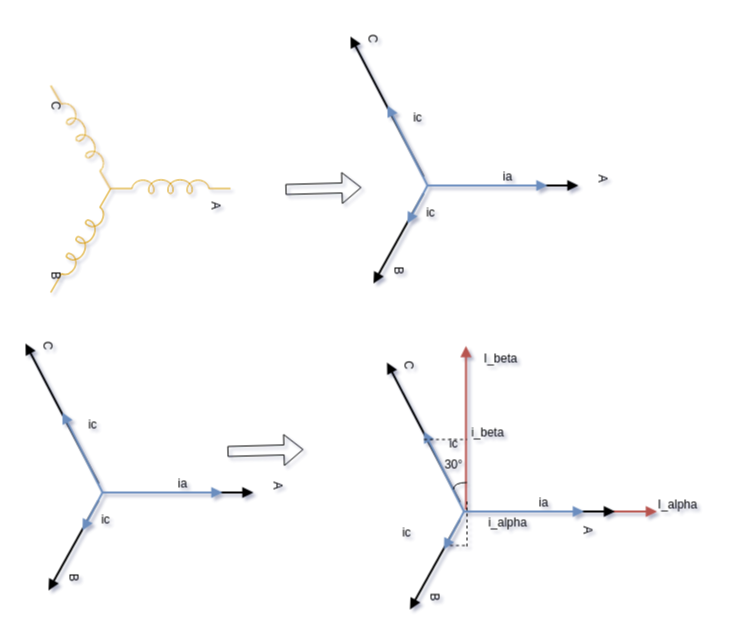
Before: page "clark 变化" (2 of 4) of FoC 控制算法.drawio in Vinson-001/Blog-flow-chart, a draw.io diagram. Source tidied: cells renumbered, new cells numbered last; positions are measured from the earlier drawing's top-left corner, leaving out a move shared by most shapes. Both pictures are drawn from the tidied source at 100%, with x=0, y=0 at pixel (22, 23).
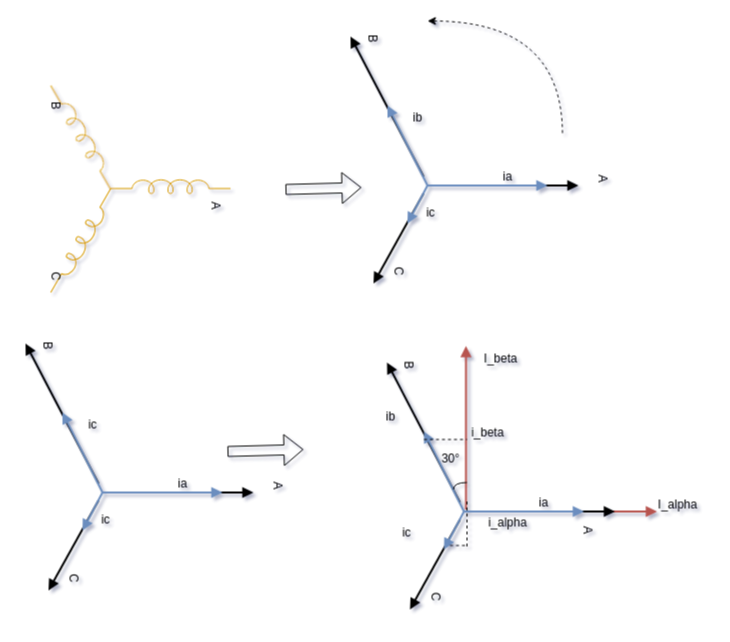
After the change.

Commit message:
更新FoC 控制算法.drawio

The edit, as a diff of the source:
```diff
@@
     <mxCell id="6" style="group;rotation=90;" parent="1" vertex="1">
-      <mxGeometry x="5" y="70" width="215.9" height="190" as="geometry" />
+      <mxGeometry x="5" y="70" width="215.9" height="195" as="geometry" />
     </mxCell>
     <mxCell id="7" style="group;rotation=90;" parent="6" vertex="1">
-      <mxGeometry width="215.9" height="190" as="geometry" />
+      <mxGeometry width="215.9" height="195" as="geometry" />
     </mxCell>
@@
-    <mxCell id="12" value="B" style="text;html=1;align=center;verticalAlign=middle;strokeColor=none;fillColor=none;rotation=90;" parent="7" vertex="1">
-      <mxGeometry x="13" y="167" width="30" height="30" as="geometry" />
+    <mxCell id="12" value="C" style="text;html=1;align=center;verticalAlign=middle;strokeColor=none;fillColor=none;rotation=90;" parent="7" vertex="1">
+      <mxGeometry x="15" y="169" width="27" height="26" as="geometry" />
     </mxCell>
-    <mxCell id="13" value="C" style="text;html=1;align=center;verticalAlign=middle;strokeColor=none;fillColor=none;rotation=90;" parent="7" vertex="1">
-      <mxGeometry x="13" y="-3" width="30" height="30" as="geometry" />
+    <mxCell id="13" value="B" style="text;html=1;align=center;verticalAlign=middle;strokeColor=none;fillColor=none;rotation=90;" parent="7" vertex="1">
+      <mxGeometry x="15" y="-1" width="26" height="26" as="geometry" />
     </mxCell>
@@
-    <mxCell id="18" value="B" style="text;html=1;align=center;verticalAlign=middle;strokeColor=none;fillColor=none;rotation=90;" parent="1" vertex="1">
-      <mxGeometry x="361" y="232" width="30" height="30" as="geometry" />
+    <mxCell id="18" value="C" style="text;html=1;align=center;verticalAlign=middle;strokeColor=none;fillColor=none;rotation=90;" parent="1" vertex="1">
+      <mxGeometry x="363" y="234" width="27" height="26" as="geometry" />
     </mxCell>
-    <mxCell id="19" value="C" style="text;html=1;align=center;verticalAlign=middle;strokeColor=none;fillColor=none;rotation=90;" parent="1" vertex="1">
-      <mxGeometry x="335" width="30" height="30" as="geometry" />
+    <mxCell id="19" value="B" style="text;html=1;align=center;verticalAlign=middle;strokeColor=none;fillColor=none;rotation=90;" parent="1" vertex="1">
+      <mxGeometry x="337" y="2" width="26" height="26" as="geometry" />
     </mxCell>
-    <mxCell id="20" value="ic" style="text;html=1;align=center;verticalAlign=middle;strokeColor=none;fillColor=none;" parent="1" vertex="1">
+    <mxCell id="20" value="ib" style="text;html=1;align=center;verticalAlign=middle;strokeColor=none;fillColor=none;" parent="1" vertex="1">
       <mxGeometry x="381" y="81" width="27" height="26" as="geometry" />
     </mxCell>
@@
-    <mxCell id="31" value="B" style="text;html=1;align=center;verticalAlign=middle;strokeColor=none;fillColor=none;rotation=90;" parent="1" vertex="1">
-      <mxGeometry x="397.5" y="558" width="30" height="30" as="geometry" />
+    <mxCell id="31" value="C" style="text;html=1;align=center;verticalAlign=middle;strokeColor=none;fillColor=none;rotation=90;" parent="1" vertex="1">
+      <mxGeometry x="399.5" y="560" width="27" height="26" as="geometry" />
     </mxCell>
-    <mxCell id="32" value="C" style="text;html=1;align=center;verticalAlign=middle;strokeColor=none;fillColor=none;rotation=90;" parent="1" vertex="1">
-      <mxGeometry x="371.5" y="326" width="30" height="30" as="geometry" />
+    <mxCell id="32" value="B" style="text;html=1;align=center;verticalAlign=middle;strokeColor=none;fillColor=none;rotation=90;" parent="1" vertex="1">
+      <mxGeometry x="373.5" y="328" width="26" height="26" as="geometry" />
     </mxCell>
-    <mxCell id="33" value="ic" style="text;html=1;align=center;verticalAlign=middle;strokeColor=none;fillColor=none;" parent="1" vertex="1">
-      <mxGeometry x="417.5" y="407" width="27" height="26" as="geometry" />
+    <mxCell id="33" value="ib" style="text;html=1;align=center;verticalAlign=middle;strokeColor=none;fillColor=none;" parent="1" vertex="1">
+      <mxGeometry x="354" y="380" width="27" height="26" as="geometry" />
     </mxCell>
@@
     <mxCell id="43" value="30°" style="text;html=1;align=center;verticalAlign=middle;strokeColor=none;fillColor=none;" parent="1" vertex="1">
-      <mxGeometry x="411" y="426" width="40" height="30" as="geometry" />
+      <mxGeometry x="407.5" y="420" width="40" height="30" as="geometry" />
     </mxCell>
@@
-    <mxCell id="53" value="B" style="text;html=1;align=center;verticalAlign=middle;strokeColor=none;fillColor=none;rotation=90;" parent="1" vertex="1">
-      <mxGeometry x="36" y="539" width="30" height="30" as="geometry" />
+    <mxCell id="53" value="C" style="text;html=1;align=center;verticalAlign=middle;strokeColor=none;fillColor=none;rotation=90;" parent="1" vertex="1">
+      <mxGeometry x="38" y="541" width="27" height="26" as="geometry" />
     </mxCell>
-    <mxCell id="54" value="C" style="text;html=1;align=center;verticalAlign=middle;strokeColor=none;fillColor=none;rotation=90;" parent="1" vertex="1">
-      <mxGeometry x="10" y="307" width="30" height="30" as="geometry" />
+    <mxCell id="54" value="B" style="text;html=1;align=center;verticalAlign=middle;strokeColor=none;fillColor=none;rotation=90;" parent="1" vertex="1">
+      <mxGeometry x="12" y="309" width="26" height="26" as="geometry" />
     </mxCell>
@@
+    <mxCell id="59" style="endArrow=none;html=1;rounded=0;edgeStyle=orthogonalEdgeStyle;curved=1;endFill=0;startArrow=classic;startFill=1;dashed=1;" parent="1" edge="1">
+      <mxGeometry relative="1" as="geometry">
+        <mxPoint x="405" y="-2.5" as="sourcePoint" />
+        <mxPoint x="540" y="112" as="targetPoint" />
+      </mxGeometry>
+    </mxCell>
```
